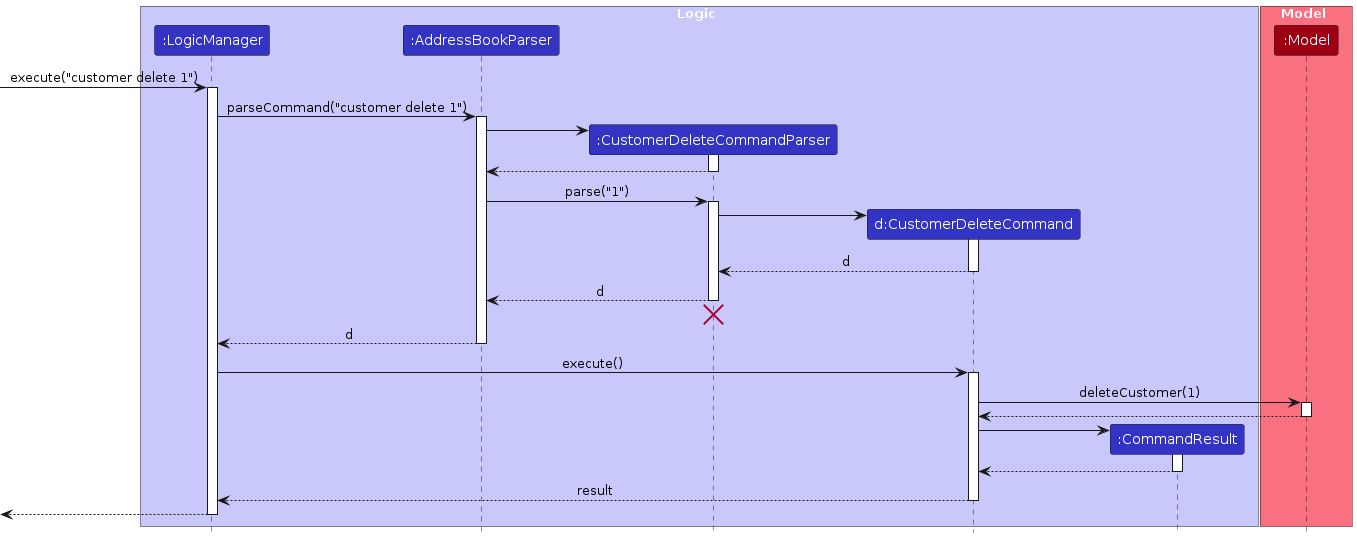
The PlantUML diagram diagrams/DeleteSequenceDiagram.png in zhonghan721/tp, before a commit. Its source is kept beside it as diagrams/DeleteSequenceDiagram.puml.
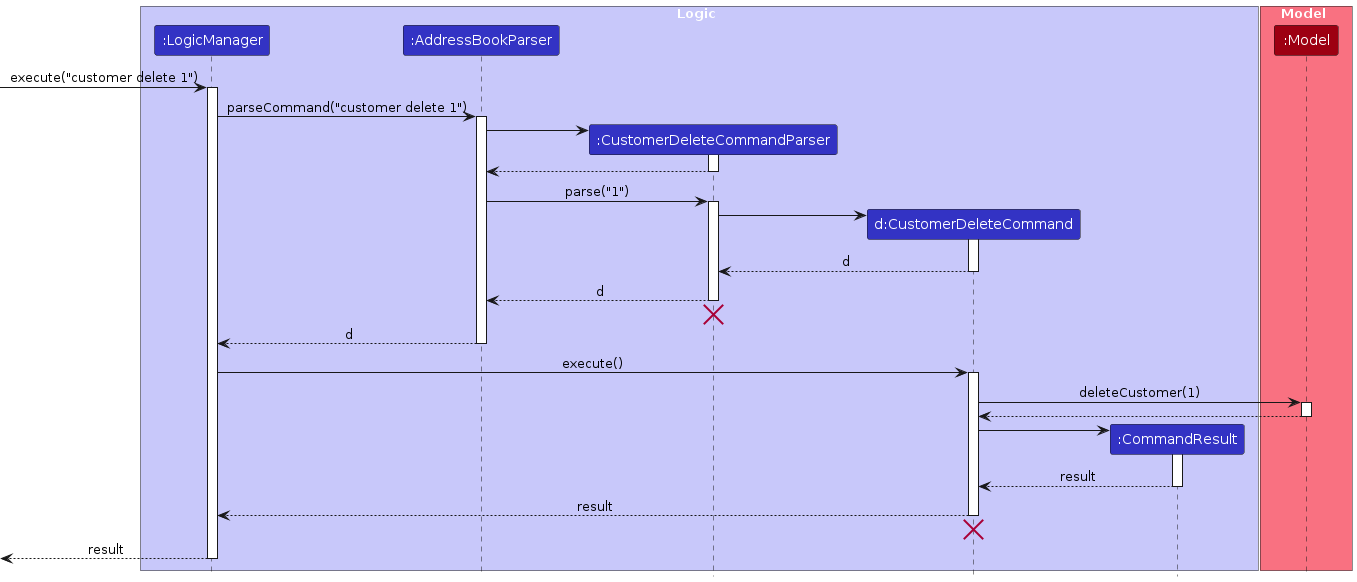
The same file after the commit.

The edit, as a diff of the source:
```diff
@@ -58,12 +58,13 @@
 CustomerDeleteCommand -> CommandResult
 activate CommandResult
 
-CommandResult --> CustomerDeleteCommand
+CommandResult --> CustomerDeleteCommand : result
 deactivate CommandResult
 
 CustomerDeleteCommand --> LogicManager : result
 deactivate CustomerDeleteCommand
-
-[<--LogicManager
+CustomerDeleteCommand -[hidden]-> LogicManager
+destroy CustomerDeleteCommand
+[<--LogicManager : result
 deactivate LogicManager
 @enduml
```
